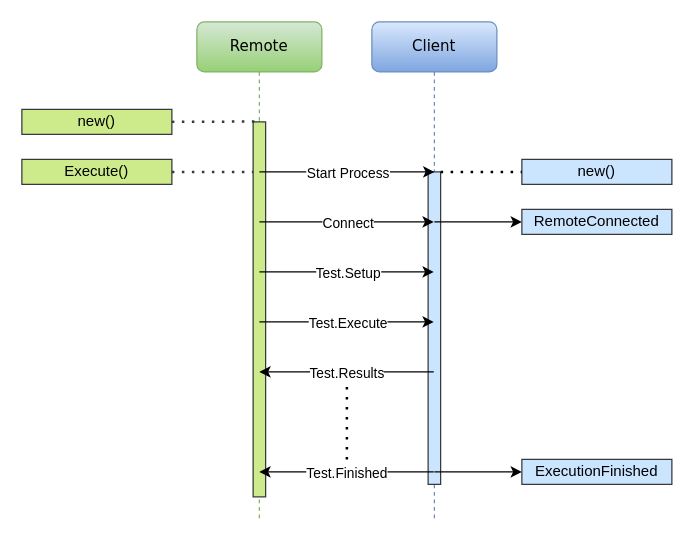
Earlier version of the draw.io diagram src/Nuclear.Test/Execution/Remote-Client.drawio (MikeLimaSierra/Nuclear.Test). Source tidied: cells renumbered, new cells numbered last; positions are measured from the earlier drawing's top-left corner, leaving out a move shared by most shapes. Both pictures are drawn from the tidied source at 125%, with x=0, y=0 at pixel (21, 21).
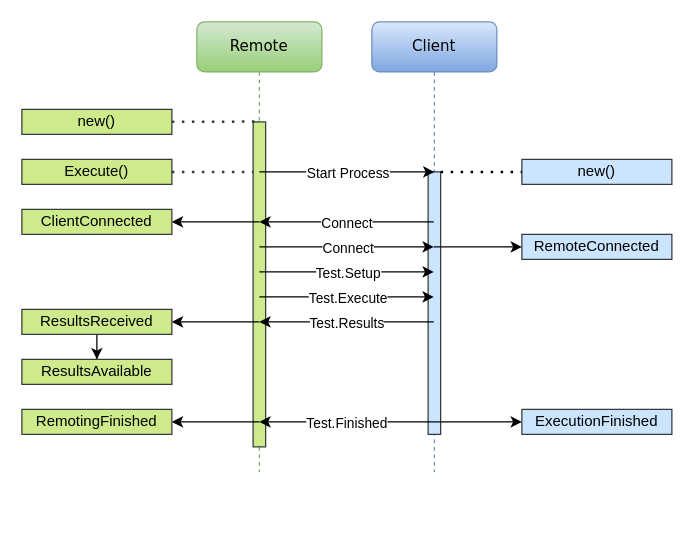
The same diagram, later.

Commit message (it also covers changes not shown here):
update remote2client com diagram

The edit, as a diff of the source:
```diff
@@
     <mxCell id="2" value="Client" style="shape=umlLifeline;perimeter=lifelinePerimeter;whiteSpace=wrap;html=1;outlineConnect=0;rounded=1;shadow=0;comic=0;labelBackgroundColor=none;strokeWidth=1;fontFamily=Verdana;fontSize=12;align=center;fillColor=#dae8fc;strokeColor=#6c8ebf;gradientColor=#7ea6e0;" parent="1" vertex="1">
-      <mxGeometry x="280" width="100" height="400" as="geometry" />
+      <mxGeometry x="280" width="100" height="360" as="geometry" />
     </mxCell>
     <mxCell id="3" style="html=1;perimeter=orthogonalPerimeter;rounded=0;shadow=0;comic=0;labelBackgroundColor=none;strokeWidth=1;fontFamily=Verdana;fontSize=12;align=center;fillColor=#cce5ff;strokeColor=#36393d;" parent="2" vertex="1">
-      <mxGeometry x="45" y="120" width="10" height="250" as="geometry" />
+      <mxGeometry x="45" y="120" width="10" height="210" as="geometry" />
     </mxCell>
-    <mxCell id="4" style="endArrow=classic;html=1;entryX=0;entryY=0.5;entryDx=0;entryDy=0;" parent="2" edge="1" target="28">
-      <mxGeometry relative="1" as="geometry">
-        <mxPoint x="50" y="360" as="sourcePoint" />
-      </mxGeometry>
-    </mxCell>
-    <mxCell id="5" style="endArrow=classic;html=1;entryX=0;entryY=0.5;entryDx=0;entryDy=0;" parent="2" edge="1" target="27">
-      <mxGeometry relative="1" as="geometry">
-        <mxPoint x="50" y="160" as="sourcePoint" />
-      </mxGeometry>
-    </mxCell>
     <mxCell id="6" value="&lt;div&gt;Remote&lt;/div&gt;" style="shape=umlLifeline;perimeter=lifelinePerimeter;whiteSpace=wrap;html=1;rounded=1;shadow=0;comic=0;labelBackgroundColor=none;strokeWidth=1;fontFamily=Verdana;fontSize=12;align=center;fillColor=#d5e8d4;strokeColor=#82b366;gradientColor=#97d077;" parent="1" vertex="1">
-      <mxGeometry x="140" width="100" height="400" as="geometry" />
+      <mxGeometry x="140" width="100" height="360" as="geometry" />
     </mxCell>
     <mxCell id="7" style="html=1;points=[];perimeter=orthogonalPerimeter;rounded=0;shadow=0;comic=0;labelBackgroundColor=none;strokeWidth=1;fontFamily=Verdana;fontSize=12;align=center;fillColor=#cdeb8b;strokeColor=#36393d;" parent="6" vertex="1">
-      <mxGeometry x="45" y="80" width="10" height="300" as="geometry" />
+      <mxGeometry x="45" y="80" width="10" height="260" as="geometry" />
     </mxCell>
-    <mxCell id="8" style="endArrow=classic;html=1;" parent="6" edge="1" target="2">
-      <mxGeometry relative="1" as="geometry">
-        <mxPoint x="50" y="200" as="sourcePoint" />
-        <Array as="points">
-          <mxPoint x="120" y="200" />
-        </Array>
-      </mxGeometry>
-    </mxCell>
-    <mxCell id="9" value="&lt;div&gt;Test.Setup&lt;/div&gt;" style="edgeLabel;html=1;align=center;verticalAlign=middle;" parent="8" vertex="1">
-      <mxGeometry relative="1" as="geometry" />
-    </mxCell>
-    <mxCell id="10" style="endArrow=classic;html=1;" parent="6" edge="1" target="2">
-      <mxGeometry relative="1" as="geometry">
-        <mxPoint x="50" y="240" as="sourcePoint" />
-      </mxGeometry>
-    </mxCell>
-    <mxCell id="11" value="Test.Execute" style="edgeLabel;html=1;align=center;verticalAlign=middle;" parent="10" vertex="1">
-      <mxGeometry relative="1" as="geometry" />
-    </mxCell>
-    <mxCell id="12" style="endArrow=classic;html=1;" parent="6" edge="1" target="2">
-      <mxGeometry relative="1" as="geometry">
-        <mxPoint x="50" y="160" as="sourcePoint" />
-      </mxGeometry>
-    </mxCell>
-    <mxCell id="13" value="Connect" style="edgeLabel;html=1;align=center;verticalAlign=middle;" parent="12" vertex="1">
-      <mxGeometry relative="1" as="geometry" />
-    </mxCell>
@@
+    <mxCell id="29" style="endArrow=classic;html=1;" parent="6" edge="1" target="2">
+      <mxGeometry relative="1" as="geometry">
+        <mxPoint x="50" y="180" as="sourcePoint" />
+      </mxGeometry>
+    </mxCell>
+    <mxCell id="30" value="Connect" style="edgeLabel;html=1;align=center;verticalAlign=middle;" parent="29" vertex="1">
+      <mxGeometry relative="1" as="geometry" />
+    </mxCell>
+    <mxCell id="31" style="endArrow=classic;html=1;entryX=1;entryY=0.5;entryDx=0;entryDy=0;" parent="6" edge="1" target="36">
+      <mxGeometry relative="1" as="geometry">
+        <mxPoint x="50" y="160" as="sourcePoint" />
+      </mxGeometry>
+    </mxCell>
+    <mxCell id="32" style="endArrow=classic;html=1;" parent="6" edge="1" target="2">
+      <mxGeometry relative="1" as="geometry">
+        <mxPoint x="50" y="200" as="sourcePoint" />
+      </mxGeometry>
+    </mxCell>
+    <mxCell id="9" value="Test.Setup" style="edgeLabel;html=1;align=center;verticalAlign=middle;" parent="32" vertex="1">
+      <mxGeometry relative="1" as="geometry" />
+    </mxCell>
+    <mxCell id="33" style="endArrow=classic;html=1;" parent="6" edge="1" target="2">
+      <mxGeometry relative="1" as="geometry">
+        <mxPoint x="50" y="220" as="sourcePoint" />
+      </mxGeometry>
+    </mxCell>
+    <mxCell id="11" value="Test.Execute" style="edgeLabel;html=1;align=center;verticalAlign=middle;" parent="33" vertex="1">
+      <mxGeometry relative="1" as="geometry" />
+    </mxCell>
@@
-    <mxCell id="22" style="endArrow=none;dashed=1;html=1;dashPattern=1 3;strokeWidth=2;" parent="1" edge="1">
-      <mxGeometry relative="1" as="geometry">
-        <mxPoint x="260" y="350" as="sourcePoint" />
-        <mxPoint x="260" y="290" as="targetPoint" />
-      </mxGeometry>
-    </mxCell>
-    <mxCell id="23" style="endArrow=classic;html=1;" parent="1" edge="1" source="2">
-      <mxGeometry relative="1" as="geometry">
-        <mxPoint x="190" y="360" as="targetPoint" />
-      </mxGeometry>
-    </mxCell>
-    <mxCell id="24" value="Test.Finished" style="edgeLabel;html=1;align=center;verticalAlign=middle;" parent="23" vertex="1">
-      <mxGeometry relative="1" as="geometry" />
-    </mxCell>
-    <mxCell id="25" style="endArrow=classic;html=1;" parent="1" edge="1" source="2">
-      <mxGeometry relative="1" as="geometry">
-        <mxPoint x="190" y="280" as="targetPoint" />
-      </mxGeometry>
-    </mxCell>
-    <mxCell id="26" value="Test.Results" style="edgeLabel;html=1;align=center;verticalAlign=middle;" parent="25" vertex="1">
-      <mxGeometry relative="1" as="geometry" />
-    </mxCell>
     <mxCell id="27" value="RemoteConnected" style="rounded=0;whiteSpace=wrap;html=1;fillColor=#cce5ff;strokeColor=#36393d;" parent="1" vertex="1">
-      <mxGeometry x="400" y="150" width="120" height="20" as="geometry" />
+      <mxGeometry x="400" y="170" width="120" height="20" as="geometry" />
     </mxCell>
     <mxCell id="28" value="ExecutionFinished" style="rounded=0;whiteSpace=wrap;html=1;fillColor=#cce5ff;strokeColor=#36393d;" parent="1" vertex="1">
-      <mxGeometry x="400" y="350" width="120" height="20" as="geometry" />
+      <mxGeometry x="400" y="310" width="120" height="20" as="geometry" />
     </mxCell>
+    <mxCell id="34" style="endArrow=classic;html=1;" parent="1" edge="1" source="2">
+      <mxGeometry relative="1" as="geometry">
+        <mxPoint x="190" y="160" as="targetPoint" />
+      </mxGeometry>
+    </mxCell>
+    <mxCell id="35" value="Connect" style="edgeLabel;html=1;align=center;verticalAlign=middle;" parent="34" vertex="1">
+      <mxGeometry relative="1" as="geometry" />
+    </mxCell>
+    <mxCell id="36" value="ClientConnected" style="rounded=0;whiteSpace=wrap;html=1;fillColor=#cdeb8b;strokeColor=#36393d;" parent="1" vertex="1">
+      <mxGeometry y="150" width="120" height="20" as="geometry" />
+    </mxCell>
+    <mxCell id="37" style="endArrow=classic;html=1;" parent="1" edge="1" source="2">
+      <mxGeometry relative="1" as="geometry">
+        <mxPoint x="190" y="240" as="targetPoint" />
+      </mxGeometry>
+    </mxCell>
+    <mxCell id="26" value="Test.Results" style="edgeLabel;html=1;align=center;verticalAlign=middle;" parent="37" vertex="1">
+      <mxGeometry relative="1" as="geometry" />
+    </mxCell>
+    <mxCell id="38" style="endArrow=classic;html=1;" parent="1" edge="1">
+      <mxGeometry relative="1" as="geometry">
+        <mxPoint x="329.5" y="320" as="sourcePoint" />
+        <mxPoint x="190" y="320" as="targetPoint" />
+      </mxGeometry>
+    </mxCell>
+    <mxCell id="24" value="Test.Finished" style="edgeLabel;html=1;align=center;verticalAlign=middle;" parent="38" vertex="1">
+      <mxGeometry relative="1" as="geometry" />
+    </mxCell>
+    <mxCell id="39" style="endArrow=classic;html=1;entryX=1;entryY=0.5;entryDx=0;entryDy=0;" parent="1" edge="1" target="41">
+      <mxGeometry relative="1" as="geometry">
+        <mxPoint x="190" y="240" as="sourcePoint" />
+      </mxGeometry>
+    </mxCell>
+    <mxCell id="40" style="edgeStyle=orthogonalEdgeStyle;rounded=0;jettySize=auto;html=1;entryX=0.5;entryY=0;entryDx=0;entryDy=0;" parent="1" edge="1" source="41" target="44">
+      <mxGeometry relative="1" as="geometry" />
+    </mxCell>
+    <mxCell id="41" value="ResultsReceived" style="rounded=0;whiteSpace=wrap;html=1;fillColor=#cdeb8b;strokeColor=#36393d;" parent="1" vertex="1">
+      <mxGeometry y="230" width="120" height="20" as="geometry" />
+    </mxCell>
+    <mxCell id="42" style="endArrow=classic;html=1;entryX=1;entryY=0.5;entryDx=0;entryDy=0;" parent="1" edge="1" target="43">
+      <mxGeometry relative="1" as="geometry">
+        <mxPoint x="190" y="320" as="sourcePoint" />
+      </mxGeometry>
+    </mxCell>
+    <mxCell id="43" value="RemotingFinished" style="rounded=0;whiteSpace=wrap;html=1;fillColor=#cdeb8b;strokeColor=#36393d;" parent="1" vertex="1">
+      <mxGeometry y="310" width="120" height="20" as="geometry" />
+    </mxCell>
+    <mxCell id="44" value="ResultsAvailable" style="rounded=0;whiteSpace=wrap;html=1;fillColor=#cdeb8b;strokeColor=#36393d;" parent="1" vertex="1">
+      <mxGeometry y="270" width="120" height="20" as="geometry" />
+    </mxCell>
+    <mxCell id="5" style="endArrow=classic;html=1;entryX=0;entryY=0.5;entryDx=0;entryDy=0;" parent="1" edge="1" source="2" target="27">
+      <mxGeometry relative="1" as="geometry" />
+    </mxCell>
+    <mxCell id="4" style="endArrow=classic;html=1;entryX=0;entryY=0.5;entryDx=0;entryDy=0;" parent="1" edge="1" source="2" target="28">
+      <mxGeometry relative="1" as="geometry" />
+    </mxCell>
```
